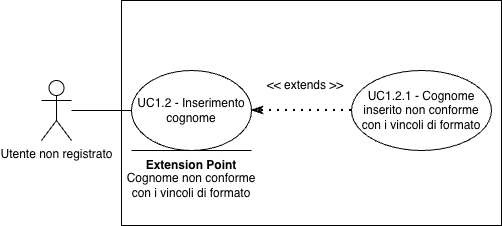
Above: assets/diagrams/UC1_2.png in SkarabGroup/DocumentazioneProgetto (draw.io), before the change. Source tidied: cells renumbered, new cells last; positions are measured from the earlier drawing's top-left corner, leaving out a move shared by most shapes.
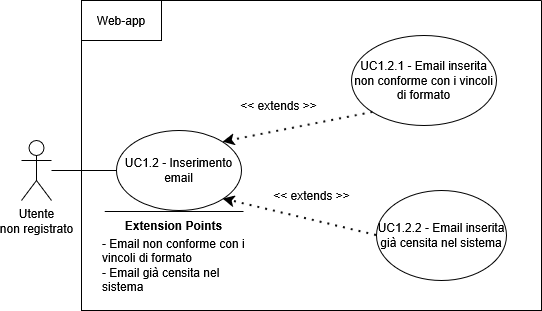
The same file after the commit.

Diff of the diagram source:
```diff
@@ -2,38 +2,53 @@
   <root>
     <mxCell id="0" />
     <mxCell id="1" parent="0" />
-    <mxCell id="2" value="Utente non registrato" style="shape=umlActor;verticalLabelPosition=bottom;verticalAlign=top;html=1;outlineConnect=0;" parent="1" vertex="1">
+    <mxCell id="2" value="&lt;div&gt;Utente&lt;/div&gt;&lt;div&gt;non registrato&lt;/div&gt;" style="shape=umlActor;verticalLabelPosition=bottom;verticalAlign=top;html=1;outlineConnect=0;" parent="1" vertex="1">
       <mxGeometry y="80" width="30" height="60" as="geometry" />
     </mxCell>
-    <mxCell id="3" style="rounded=0;whiteSpace=wrap;html=1;" parent="1" vertex="1">
-      <mxGeometry x="80" width="380" height="225" as="geometry" />
-    </mxCell>
-    <mxCell id="4" value="UC1.2 - Inserimento cognome" style="ellipse;whiteSpace=wrap;html=1;" parent="1" vertex="1">
-      <mxGeometry x="90" y="70" width="120" height="80" as="geometry" />
-    </mxCell>
-    <mxCell id="5" value="UC1.2.1 - Cognome inserito non conforme con i vincoli di formato" style="ellipse;whiteSpace=wrap;html=1;" parent="1" vertex="1">
-      <mxGeometry x="310" y="70" width="140" height="80" as="geometry" />
-    </mxCell>
-    <mxCell id="6" style="endArrow=classicThin;dashed=1;html=1;dashPattern=1 3;strokeWidth=2;rounded=0;entryX=1;entryY=0.5;entryDx=0;entryDy=0;exitX=0;exitY=0.5;exitDx=0;exitDy=0;endFill=0;startArrow=none;startFill=0;" parent="1" edge="1" source="5" target="4">
-      <mxGeometry relative="1" as="geometry" />
-    </mxCell>
-    <mxCell id="7" style="endArrow=none;html=1;rounded=0;entryX=0;entryY=0.5;entryDx=0;entryDy=0;" parent="1" edge="1" source="2" target="4">
-      <mxGeometry relative="1" as="geometry" />
-    </mxCell>
+    <mxCell id="12" style="swimlane;startSize=0;" parent="1" vertex="1">
+      <mxGeometry x="60" y="-60" width="460" height="310" as="geometry" />
+    </mxCell>
+    <mxCell id="13" value="&lt;div&gt;UC1.2 - Inserimento email&lt;/div&gt;" style="ellipse;whiteSpace=wrap;html=1;" parent="12" vertex="1">
+      <mxGeometry x="35" y="130" width="125" height="80" as="geometry" />
+    </mxCell>
+    <mxCell id="14" value="UC1.2.1 - Email inserita non conforme con i vincoli di formato" style="ellipse;whiteSpace=wrap;html=1;" parent="12" vertex="1">
+      <mxGeometry x="270" y="35" width="145" height="90" as="geometry" />
+    </mxCell>
+    <mxCell id="15" style="endArrow=classic;dashed=1;html=1;dashPattern=1 3;strokeWidth=2;rounded=0;entryX=1;entryY=0;entryDx=0;entryDy=0;exitX=0;exitY=1;exitDx=0;exitDy=0;strokeColor=default;curved=0;endFill=1;endSize=6;" parent="12" edge="1" source="14" target="13">
+      <mxGeometry relative="1" as="geometry" />
+    </mxCell>
+    <mxCell id="16" value="&lt;div&gt;&amp;lt;&amp;lt; extends &amp;gt;&amp;gt;&lt;/div&gt;" style="text;html=1;whiteSpace=wrap;strokeColor=none;fillColor=none;align=center;verticalAlign=middle;rounded=0;" parent="12" vertex="1">
+      <mxGeometry x="150" y="90" width="95" height="30" as="geometry" />
+    </mxCell>
+    <mxCell id="17" value="UC1.2.2 - Email inserita già censita nel sistema" style="ellipse;whiteSpace=wrap;html=1;" parent="12" vertex="1">
+      <mxGeometry x="295" y="190" width="130" height="90" as="geometry" />
+    </mxCell>
+    <mxCell id="18" style="endArrow=classic;dashed=1;html=1;dashPattern=1 3;strokeWidth=2;rounded=0;entryX=1;entryY=1;entryDx=0;entryDy=0;exitX=0;exitY=0.5;exitDx=0;exitDy=0;strokeColor=default;curved=0;endFill=1;endSize=6;" parent="12" edge="1" source="17" target="13">
+      <mxGeometry relative="1" as="geometry" />
+    </mxCell>
-    <mxCell id="8" value="&amp;lt;&amp;lt; extends &amp;gt;&amp;gt;" style="text;html=1;whiteSpace=wrap;strokeColor=none;fillColor=none;align=center;verticalAlign=middle;rounded=0;" parent="1" vertex="1">
-      <mxGeometry x="219" y="70" width="90" height="30" as="geometry" />
+    <mxCell id="8" value="&amp;lt;&amp;lt; extends &amp;gt;&amp;gt;" style="text;html=1;whiteSpace=wrap;strokeColor=none;fillColor=none;align=center;verticalAlign=middle;rounded=0;" parent="12" vertex="1">
+      <mxGeometry x="182.5" y="180" width="95" height="30" as="geometry" />
     </mxCell>
-    <mxCell id="9" value="&lt;b&gt;Extension Point&lt;/b&gt;" style="text;html=1;whiteSpace=wrap;strokeColor=none;fillColor=none;align=center;verticalAlign=middle;rounded=0;" parent="1" vertex="1">
-      <mxGeometry x="90" y="150" width="120" height="30" as="geometry" />
-    </mxCell>
-    <mxCell id="10" style="endArrow=none;html=1;rounded=0;" parent="1" edge="1">
-      <mxGeometry relative="1" as="geometry">
-        <mxPoint x="90" y="150" as="sourcePoint" />
-        <mxPoint x="210" y="150" as="targetPoint" />
-      </mxGeometry>
-    </mxCell>
-    <mxCell id="11" value="Cognome non conforme con i vincoli di formato" style="text;html=1;whiteSpace=wrap;strokeColor=none;fillColor=none;align=center;verticalAlign=middle;rounded=0;" parent="1" vertex="1">
-      <mxGeometry x="80" y="170" width="140" height="30" as="geometry" />
-    </mxCell>
+    <mxCell id="19" style="endArrow=none;html=1;rounded=0;" parent="12" edge="1">
+      <mxGeometry relative="1" as="geometry">
+        <mxPoint x="162" y="211" as="sourcePoint" />
+        <mxPoint x="23.2" y="211" as="targetPoint" />
+      </mxGeometry>
+    </mxCell>
+    <mxCell id="20" value="&lt;b&gt;Extension Points&lt;/b&gt;" style="text;html=1;whiteSpace=wrap;strokeColor=none;fillColor=none;align=center;verticalAlign=middle;rounded=0;strokeWidth=5;" parent="12" vertex="1">
+      <mxGeometry x="35" y="210" width="115" height="30" as="geometry" />
+    </mxCell>
+    <mxCell id="21" value="&lt;div align=&quot;left&quot;&gt;- Email non conforme con i vincoli di formato&lt;/div&gt;&lt;div align=&quot;left&quot;&gt;- Email già censita nel sistema&lt;/div&gt;" style="text;html=1;whiteSpace=wrap;strokeColor=none;fillColor=none;align=left;verticalAlign=middle;rounded=0;" parent="12" vertex="1">
+      <mxGeometry x="19" y="220" width="147" height="90" as="geometry" />
+    </mxCell>
+    <mxCell id="22" style="rounded=0;whiteSpace=wrap;html=1;" parent="12" vertex="1">
+      <mxGeometry width="80" height="40" as="geometry" />
+    </mxCell>
+    <mxCell id="23" value="Web-app" style="text;html=1;whiteSpace=wrap;strokeColor=none;fillColor=none;align=center;verticalAlign=middle;rounded=0;" parent="12" vertex="1">
+      <mxGeometry x="10" y="5" width="60" height="30" as="geometry" />
+    </mxCell>
+    <mxCell id="24" style="endArrow=none;html=1;rounded=0;entryX=0;entryY=0.5;entryDx=0;entryDy=0;" parent="1" edge="1" source="2" target="13">
+      <mxGeometry relative="1" as="geometry" />
+    </mxCell>
   </root>
 </mxGraphModel>
```
